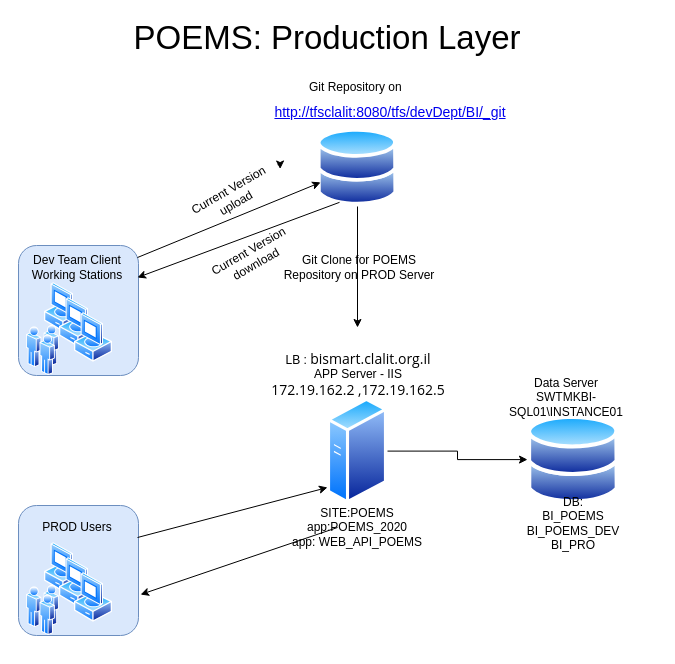
Above: poems_prod.drawio in itaybaran/drawing (draw.io), before the change. Source tidied: cells renumbered, new cells numbered last; positions are measured from the earlier drawing's top-left corner, leaving out a move shared by most shapes. Both pictures are drawn from the tidied source at 100%, with x=0, y=0 at pixel (17, 27).
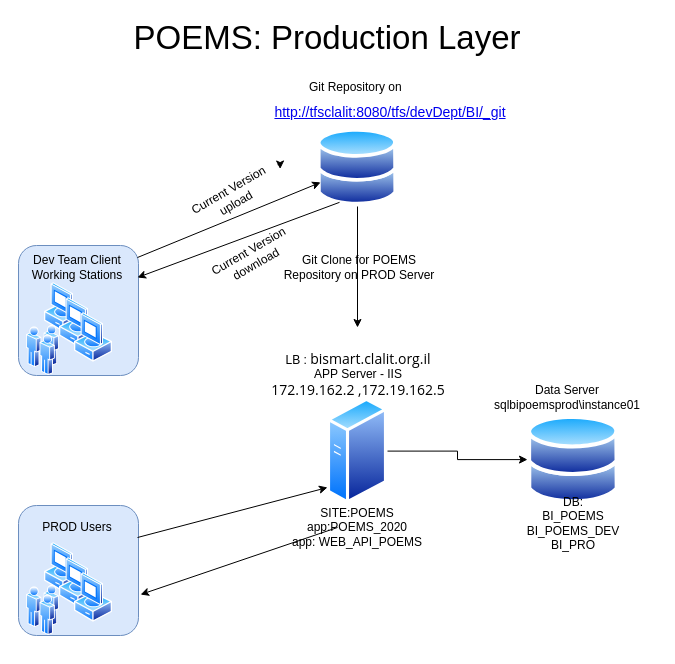
After the change.

Change to the diagram source:
```diff
@@
-    <mxCell id="33" value="Data Server&lt;br&gt;SWTMKBI-SQL01\INSTANCE01" style="text;html=1;strokeColor=none;fillColor=none;align=center;verticalAlign=middle;whiteSpace=wrap;rounded=0;" parent="1" vertex="1">
-      <mxGeometry x="464" y="360" width="170" height="20" as="geometry" />
+    <mxCell id="33" value="Data Server&lt;br&gt;sqlbipoemsprod\instance01" style="text;html=1;strokeColor=none;fillColor=none;align=center;verticalAlign=middle;whiteSpace=wrap;rounded=0;" parent="1" vertex="1">
+      <mxGeometry x="465" y="360" width="170" height="20" as="geometry" />
     </mxCell>
```
